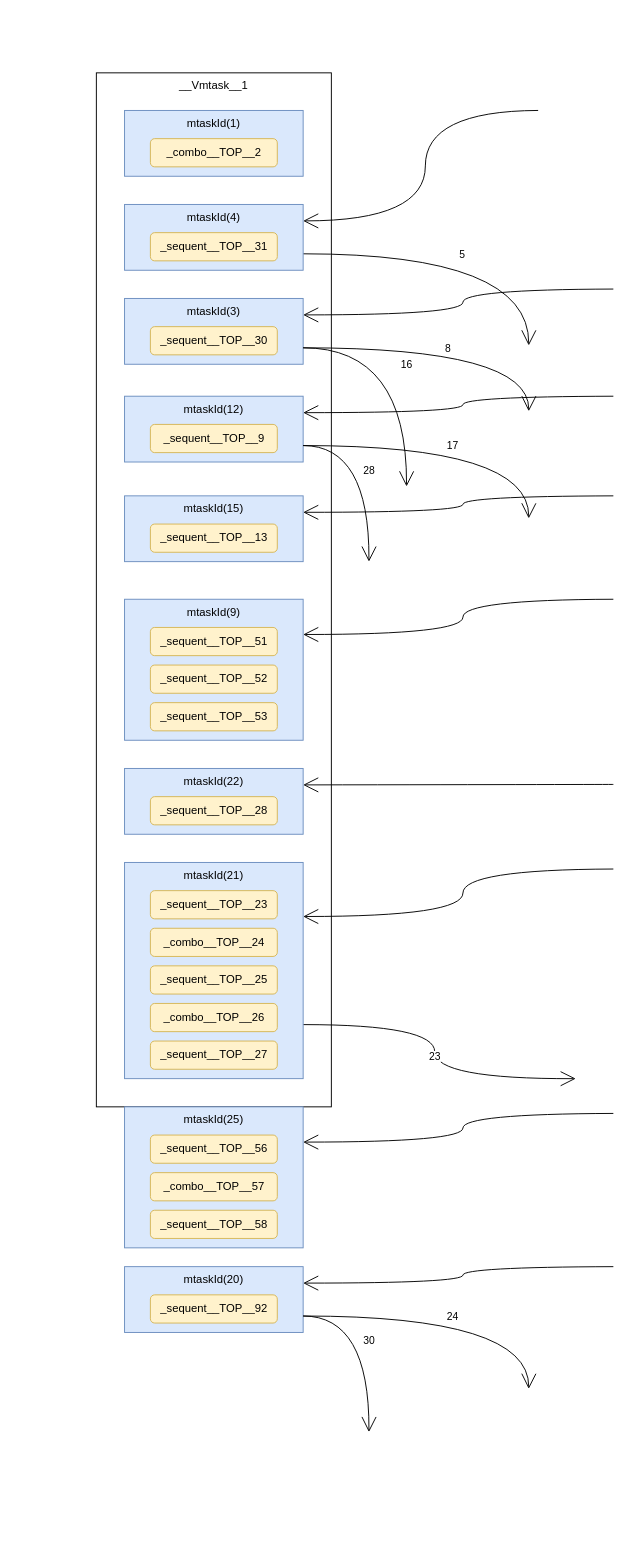
Earlier version of the draw.io diagram verilator_digrams/mtask.drawio (Dercury/CLDK). Source tidied: cells renumbered, new cells numbered last; positions are measured from the earlier drawing's top-left corner, leaving out a move shared by most shapes. Both pictures are drawn from the tidied source at 94%, with x=0, y=0 at pixel (96, 72).
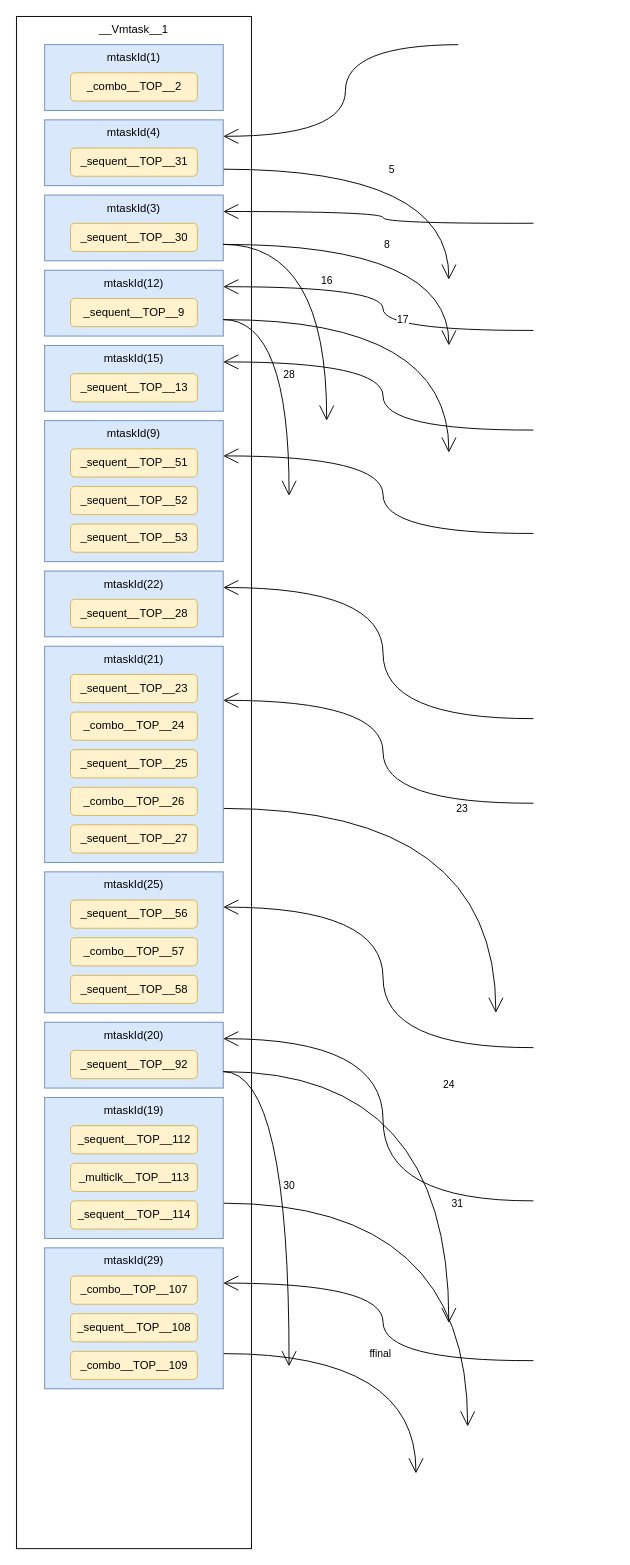
The same diagram, later.

What changed in the source:
```diff
@@
     <mxCell id="2" value="__Vmtask__1" style="rounded=0;whiteSpace=wrap;html=1;hachureGap=4;verticalAlign=top;" parent="1" vertex="1">
-      <mxGeometry width="250" height="1100" as="geometry" />
+      <mxGeometry x="-85" y="-60" width="250" height="1630" as="geometry" />
     </mxCell>
     <mxCell id="3" value="mtaskId(1)" style="rounded=0;whiteSpace=wrap;html=1;hachureGap=4;fillColor=#dae8fc;strokeColor=#6c8ebf;verticalAlign=top;" parent="1" vertex="1">
-      <mxGeometry x="30" y="40" width="190" height="70" as="geometry" />
+      <mxGeometry x="-55" y="-30" width="190" height="70" as="geometry" />
     </mxCell>
     <mxCell id="4" value="_combo__TOP__2" style="rounded=1;whiteSpace=wrap;html=1;hachureGap=4;fillColor=#fff2cc;strokeColor=#d6b656;" parent="1" vertex="1">
-      <mxGeometry x="57.5" y="70" width="135" height="30" as="geometry" />
+      <mxGeometry x="-27.5" width="135" height="30" as="geometry" />
     </mxCell>
     <mxCell id="5" style="rounded=0;jettySize=auto;html=1;endArrow=open;startSize=14;endSize=14;sourcePerimeterSpacing=8;targetPerimeterSpacing=8;entryX=1;entryY=0.25;entryDx=0;entryDy=0;edgeStyle=orthogonalEdgeStyle;curved=1;" parent="1" edge="1" target="8">
       <mxGeometry relative="1" as="geometry">
-        <mxPoint x="470" y="40" as="sourcePoint" />
+        <mxPoint x="385" y="-30" as="sourcePoint" />
       </mxGeometry>
     </mxCell>
     <mxCell id="6" value="5" style="edgeStyle=orthogonalEdgeStyle;curved=1;rounded=0;jettySize=auto;html=1;exitX=1;exitY=0.75;exitDx=0;exitDy=0;endArrow=open;startSize=14;endSize=14;sourcePerimeterSpacing=8;targetPerimeterSpacing=8;" parent="1" edge="1" source="8">
       <mxGeometry relative="1" as="geometry">
-        <mxPoint x="460" y="290" as="targetPoint" />
+        <mxPoint x="375" y="220" as="targetPoint" />
       </mxGeometry>
     </mxCell>
     <mxCell id="7" style="edgeStyle=orthogonalEdgeStyle;curved=1;rounded=0;jettySize=auto;html=1;entryX=1;entryY=0.25;entryDx=0;entryDy=0;endArrow=open;startSize=14;endSize=14;sourcePerimeterSpacing=8;targetPerimeterSpacing=8;" parent="1" edge="1" target="10">
       <mxGeometry relative="1" as="geometry">
-        <mxPoint x="550" y="230" as="sourcePoint" />
+        <mxPoint x="465" y="160" as="sourcePoint" />
       </mxGeometry>
     </mxCell>
     <mxCell id="8" value="mtaskId(4)" style="rounded=0;whiteSpace=wrap;html=1;hachureGap=4;fillColor=#dae8fc;strokeColor=#6c8ebf;verticalAlign=top;" parent="1" vertex="1">
-      <mxGeometry x="30" y="140" width="190" height="70" as="geometry" />
+      <mxGeometry x="-55" y="50" width="190" height="70" as="geometry" />
     </mxCell>
     <mxCell id="9" value="_sequent__TOP__31" style="rounded=1;whiteSpace=wrap;html=1;hachureGap=4;fillColor=#fff2cc;strokeColor=#d6b656;" parent="1" vertex="1">
-      <mxGeometry x="57.5" y="170" width="135" height="30" as="geometry" />
+      <mxGeometry x="-27.5" y="80" width="135" height="30" as="geometry" />
     </mxCell>
     <mxCell id="10" value="mtaskId(3)" style="rounded=0;whiteSpace=wrap;html=1;hachureGap=4;fillColor=#dae8fc;strokeColor=#6c8ebf;verticalAlign=top;" parent="1" vertex="1">
-      <mxGeometry x="30" y="240" width="190" height="70" as="geometry" />
+      <mxGeometry x="-55" y="130" width="190" height="70" as="geometry" />
     </mxCell>
     <mxCell id="11" value="_sequent__TOP__30" style="rounded=1;whiteSpace=wrap;html=1;hachureGap=4;fillColor=#fff2cc;strokeColor=#d6b656;" parent="1" vertex="1">
-      <mxGeometry x="57.5" y="270" width="135" height="30" as="geometry" />
+      <mxGeometry x="-27.5" y="160" width="135" height="30" as="geometry" />
     </mxCell>
     <mxCell id="12" value="8" style="edgeStyle=orthogonalEdgeStyle;curved=1;rounded=0;jettySize=auto;html=1;exitX=1;exitY=0.75;exitDx=0;exitDy=0;endArrow=open;startSize=14;endSize=14;sourcePerimeterSpacing=8;targetPerimeterSpacing=8;" parent="1" edge="1" source="10">
       <mxGeometry relative="1" as="geometry">
-        <mxPoint x="460" y="360" as="targetPoint" />
+        <mxPoint x="375" y="290" as="targetPoint" />
       </mxGeometry>
     </mxCell>
     <mxCell id="13" value="16" style="edgeStyle=orthogonalEdgeStyle;curved=1;rounded=0;jettySize=auto;html=1;exitX=1;exitY=0.75;exitDx=0;exitDy=0;endArrow=open;startSize=14;endSize=14;sourcePerimeterSpacing=8;targetPerimeterSpacing=8;" parent="1" edge="1" source="10">
       <mxGeometry relative="1" as="geometry">
-        <mxPoint x="330" y="440" as="targetPoint" />
+        <mxPoint x="245" y="370" as="targetPoint" />
       </mxGeometry>
     </mxCell>
     <mxCell id="14" style="edgeStyle=orthogonalEdgeStyle;curved=1;rounded=0;jettySize=auto;html=1;entryX=1;entryY=0.25;entryDx=0;entryDy=0;endArrow=open;startSize=14;endSize=14;sourcePerimeterSpacing=8;targetPerimeterSpacing=8;" parent="1" edge="1" target="15">
       <mxGeometry relative="1" as="geometry">
-        <mxPoint x="550" y="344" as="sourcePoint" />
+        <mxPoint x="465" y="274" as="sourcePoint" />
       </mxGeometry>
     </mxCell>
     <mxCell id="15" value="mtaskId(12)" style="rounded=0;whiteSpace=wrap;html=1;hachureGap=4;fillColor=#dae8fc;strokeColor=#6c8ebf;verticalAlign=top;" parent="1" vertex="1">
-      <mxGeometry x="30" y="344" width="190" height="70" as="geometry" />
+      <mxGeometry x="-55" y="210" width="190" height="70" as="geometry" />
     </mxCell>
     <mxCell id="16" value="_sequent__TOP__9" style="rounded=1;whiteSpace=wrap;html=1;hachureGap=4;fillColor=#fff2cc;strokeColor=#d6b656;" parent="1" vertex="1">
-      <mxGeometry x="57.5" y="374" width="135" height="30" as="geometry" />
+      <mxGeometry x="-27.5" y="240" width="135" height="30" as="geometry" />
     </mxCell>
     <mxCell id="17" value="17" style="edgeStyle=orthogonalEdgeStyle;curved=1;rounded=0;jettySize=auto;html=1;exitX=1;exitY=0.75;exitDx=0;exitDy=0;endArrow=open;startSize=14;endSize=14;sourcePerimeterSpacing=8;targetPerimeterSpacing=8;" parent="1" edge="1" source="15">
       <mxGeometry relative="1" as="geometry">
-        <mxPoint x="460" y="474" as="targetPoint" />
+        <mxPoint x="375" y="404" as="targetPoint" />
       </mxGeometry>
     </mxCell>
     <mxCell id="18" value="28" style="edgeStyle=orthogonalEdgeStyle;curved=1;rounded=0;jettySize=auto;html=1;exitX=1;exitY=0.75;exitDx=0;exitDy=0;endArrow=open;startSize=14;endSize=14;sourcePerimeterSpacing=8;targetPerimeterSpacing=8;" parent="1" edge="1" source="15">
       <mxGeometry relative="1" as="geometry">
-        <mxPoint x="290" y="520" as="targetPoint" />
+        <mxPoint x="205" y="450" as="targetPoint" />
       </mxGeometry>
     </mxCell>
     <mxCell id="19" style="edgeStyle=orthogonalEdgeStyle;curved=1;rounded=0;jettySize=auto;html=1;entryX=1;entryY=0.25;entryDx=0;entryDy=0;endArrow=open;startSize=14;endSize=14;sourcePerimeterSpacing=8;targetPerimeterSpacing=8;" parent="1" edge="1" target="20">
       <mxGeometry relative="1" as="geometry">
-        <mxPoint x="550" y="450" as="sourcePoint" />
+        <mxPoint x="465" y="380" as="sourcePoint" />
       </mxGeometry>
     </mxCell>
     <mxCell id="20" value="mtaskId(15)" style="rounded=0;whiteSpace=wrap;html=1;hachureGap=4;fillColor=#dae8fc;strokeColor=#6c8ebf;verticalAlign=top;" parent="1" vertex="1">
-      <mxGeometry x="30" y="450" width="190" height="70" as="geometry" />
+      <mxGeometry x="-55" y="290" width="190" height="70" as="geometry" />
     </mxCell>
     <mxCell id="21" value="_sequent__TOP__13" style="rounded=1;whiteSpace=wrap;html=1;hachureGap=4;fillColor=#fff2cc;strokeColor=#d6b656;" parent="1" vertex="1">
-      <mxGeometry x="57.5" y="480" width="135" height="30" as="geometry" />
+      <mxGeometry x="-27.5" y="320" width="135" height="30" as="geometry" />
     </mxCell>
     <mxCell id="22" style="edgeStyle=orthogonalEdgeStyle;curved=1;rounded=0;jettySize=auto;html=1;entryX=1;entryY=0.25;entryDx=0;entryDy=0;endArrow=open;startSize=14;endSize=14;sourcePerimeterSpacing=8;targetPerimeterSpacing=8;" parent="1" edge="1" target="23">
       <mxGeometry relative="1" as="geometry">
-        <mxPoint x="550" y="560" as="sourcePoint" />
+        <mxPoint x="465" y="490" as="sourcePoint" />
       </mxGeometry>
     </mxCell>
     <mxCell id="23" value="mtaskId(9)" style="rounded=0;whiteSpace=wrap;html=1;hachureGap=4;fillColor=#dae8fc;strokeColor=#6c8ebf;verticalAlign=top;" parent="1" vertex="1">
-      <mxGeometry x="30" y="560" width="190" height="150" as="geometry" />
+      <mxGeometry x="-55" y="370" width="190" height="150" as="geometry" />
     </mxCell>
     <mxCell id="24" value="_sequent__TOP__51" style="rounded=1;whiteSpace=wrap;html=1;hachureGap=4;fillColor=#fff2cc;strokeColor=#d6b656;" parent="1" vertex="1">
-      <mxGeometry x="57.5" y="590" width="135" height="30" as="geometry" />
+      <mxGeometry x="-27.5" y="400" width="135" height="30" as="geometry" />
     </mxCell>
     <mxCell id="25" value="_sequent__TOP__52" style="rounded=1;whiteSpace=wrap;html=1;hachureGap=4;fillColor=#fff2cc;strokeColor=#d6b656;" parent="1" vertex="1">
-      <mxGeometry x="57.5" y="630" width="135" height="30" as="geometry" />
+      <mxGeometry x="-27.5" y="440" width="135" height="30" as="geometry" />
     </mxCell>
     <mxCell id="26" value="_sequent__TOP__53" style="rounded=1;whiteSpace=wrap;html=1;hachureGap=4;fillColor=#fff2cc;strokeColor=#d6b656;" parent="1" vertex="1">
-      <mxGeometry x="57.5" y="670" width="135" height="30" as="geometry" />
+      <mxGeometry x="-27.5" y="480" width="135" height="30" as="geometry" />
     </mxCell>
     <mxCell id="27" style="edgeStyle=orthogonalEdgeStyle;curved=1;rounded=0;jettySize=auto;html=1;entryX=1;entryY=0.25;entryDx=0;entryDy=0;endArrow=open;startSize=14;endSize=14;sourcePerimeterSpacing=8;targetPerimeterSpacing=8;" parent="1" edge="1" target="28">
       <mxGeometry relative="1" as="geometry">
-        <mxPoint x="550" y="757" as="sourcePoint" />
+        <mxPoint x="465" y="687" as="sourcePoint" />
       </mxGeometry>
     </mxCell>
     <mxCell id="28" value="mtaskId(22)" style="rounded=0;whiteSpace=wrap;html=1;hachureGap=4;fillColor=#dae8fc;strokeColor=#6c8ebf;verticalAlign=top;" parent="1" vertex="1">
-      <mxGeometry x="30" y="740" width="190" height="70" as="geometry" />
+      <mxGeometry x="-55" y="530" width="190" height="70" as="geometry" />
     </mxCell>
     <mxCell id="29" value="_sequent__TOP__28" style="rounded=1;whiteSpace=wrap;html=1;hachureGap=4;fillColor=#fff2cc;strokeColor=#d6b656;" parent="1" vertex="1">
-      <mxGeometry x="57.5" y="770" width="135" height="30" as="geometry" />
+      <mxGeometry x="-27.5" y="560" width="135" height="30" as="geometry" />
     </mxCell>
     <mxCell id="30" style="edgeStyle=orthogonalEdgeStyle;curved=1;rounded=0;jettySize=auto;html=1;entryX=1;entryY=0.25;entryDx=0;entryDy=0;endArrow=open;startSize=14;endSize=14;sourcePerimeterSpacing=8;targetPerimeterSpacing=8;" parent="1" edge="1" target="32">
       <mxGeometry relative="1" as="geometry">
-        <mxPoint x="550" y="847" as="sourcePoint" />
+        <mxPoint x="465" y="777" as="sourcePoint" />
       </mxGeometry>
     </mxCell>
     <mxCell id="31" value="23" style="edgeStyle=orthogonalEdgeStyle;curved=1;rounded=0;jettySize=auto;html=1;exitX=1;exitY=0.75;exitDx=0;exitDy=0;endArrow=open;startSize=14;endSize=14;sourcePerimeterSpacing=8;targetPerimeterSpacing=8;" parent="1" edge="1" source="32">
       <mxGeometry relative="1" as="geometry">
-        <mxPoint x="510" y="1070" as="targetPoint" />
+        <mxPoint x="425" y="1000" as="targetPoint" />
       </mxGeometry>
     </mxCell>
     <mxCell id="32" value="mtaskId(21)" style="rounded=0;whiteSpace=wrap;html=1;hachureGap=4;fillColor=#dae8fc;strokeColor=#6c8ebf;verticalAlign=top;" parent="1" vertex="1">
-      <mxGeometry x="30" y="840" width="190" height="230" as="geometry" />
+      <mxGeometry x="-55" y="610" width="190" height="230" as="geometry" />
     </mxCell>
     <mxCell id="33" value="_sequent__TOP__23" style="rounded=1;whiteSpace=wrap;html=1;hachureGap=4;fillColor=#fff2cc;strokeColor=#d6b656;" parent="1" vertex="1">
-      <mxGeometry x="57.5" y="870" width="135" height="30" as="geometry" />
+      <mxGeometry x="-27.5" y="640" width="135" height="30" as="geometry" />
     </mxCell>
     <mxCell id="34" value="_combo__TOP__24" style="rounded=1;whiteSpace=wrap;html=1;hachureGap=4;fillColor=#fff2cc;strokeColor=#d6b656;" parent="1" vertex="1">
-      <mxGeometry x="57.5" y="910" width="135" height="30" as="geometry" />
+      <mxGeometry x="-27.5" y="680" width="135" height="30" as="geometry" />
     </mxCell>
     <mxCell id="35" value="_sequent__TOP__25" style="rounded=1;whiteSpace=wrap;html=1;hachureGap=4;fillColor=#fff2cc;strokeColor=#d6b656;" parent="1" vertex="1">
-      <mxGeometry x="57.5" y="950" width="135" height="30" as="geometry" />
+      <mxGeometry x="-27.5" y="720" width="135" height="30" as="geometry" />
     </mxCell>
     <mxCell id="36" value="_combo__TOP__26" style="rounded=1;whiteSpace=wrap;html=1;hachureGap=4;fillColor=#fff2cc;strokeColor=#d6b656;" parent="1" vertex="1">
-      <mxGeometry x="57.5" y="990" width="135" height="30" as="geometry" />
+      <mxGeometry x="-27.5" y="760" width="135" height="30" as="geometry" />
     </mxCell>
     <mxCell id="37" value="_sequent__TOP__27" style="rounded=1;whiteSpace=wrap;html=1;hachureGap=4;fillColor=#fff2cc;strokeColor=#d6b656;" parent="1" vertex="1">
-      <mxGeometry x="57.5" y="1030" width="135" height="30" as="geometry" />
+      <mxGeometry x="-27.5" y="800" width="135" height="30" as="geometry" />
     </mxCell>
     <mxCell id="38" style="edgeStyle=orthogonalEdgeStyle;curved=1;rounded=0;jettySize=auto;html=1;entryX=1;entryY=0.25;entryDx=0;entryDy=0;endArrow=open;startSize=14;endSize=14;sourcePerimeterSpacing=8;targetPerimeterSpacing=8;" parent="1" edge="1" target="39">
       <mxGeometry relative="1" as="geometry">
-        <mxPoint x="550" y="1107" as="sourcePoint" />
+        <mxPoint x="465" y="1037" as="sourcePoint" />
       </mxGeometry>
     </mxCell>
     <mxCell id="39" value="mtaskId(25)" style="rounded=0;whiteSpace=wrap;html=1;hachureGap=4;fillColor=#dae8fc;strokeColor=#6c8ebf;verticalAlign=top;" parent="1" vertex="1">
-      <mxGeometry x="30" y="1100" width="190" height="150" as="geometry" />
+      <mxGeometry x="-55" y="850" width="190" height="150" as="geometry" />
     </mxCell>
     <mxCell id="40" value="_sequent__TOP__56" style="rounded=1;whiteSpace=wrap;html=1;hachureGap=4;fillColor=#fff2cc;strokeColor=#d6b656;" parent="1" vertex="1">
-      <mxGeometry x="57.5" y="1130" width="135" height="30" as="geometry" />
+      <mxGeometry x="-27.5" y="880" width="135" height="30" as="geometry" />
     </mxCell>
     <mxCell id="41" value="_combo__TOP__57" style="rounded=1;whiteSpace=wrap;html=1;hachureGap=4;fillColor=#fff2cc;strokeColor=#d6b656;" parent="1" vertex="1">
-      <mxGeometry x="57.5" y="1170" width="135" height="30" as="geometry" />
+      <mxGeometry x="-27.5" y="920" width="135" height="30" as="geometry" />
     </mxCell>
     <mxCell id="42" value="_sequent__TOP__58" style="rounded=1;whiteSpace=wrap;html=1;hachureGap=4;fillColor=#fff2cc;strokeColor=#d6b656;" parent="1" vertex="1">
-      <mxGeometry x="57.5" y="1210" width="135" height="30" as="geometry" />
+      <mxGeometry x="-27.5" y="960" width="135" height="30" as="geometry" />
     </mxCell>
     <mxCell id="43" style="edgeStyle=orthogonalEdgeStyle;curved=1;rounded=0;jettySize=auto;html=1;entryX=1;entryY=0.25;entryDx=0;entryDy=0;endArrow=open;startSize=14;endSize=14;sourcePerimeterSpacing=8;targetPerimeterSpacing=8;" parent="1" edge="1" target="44">
       <mxGeometry relative="1" as="geometry">
-        <mxPoint x="550" y="1270" as="sourcePoint" />
+        <mxPoint x="465" y="1200" as="sourcePoint" />
       </mxGeometry>
     </mxCell>
     <mxCell id="44" value="mtaskId(20)" style="rounded=0;whiteSpace=wrap;html=1;hachureGap=4;fillColor=#dae8fc;strokeColor=#6c8ebf;verticalAlign=top;" parent="1" vertex="1">
-      <mxGeometry x="30" y="1270" width="190" height="70" as="geometry" />
+      <mxGeometry x="-55" y="1010" width="190" height="70" as="geometry" />
     </mxCell>
     <mxCell id="45" value="_sequent__TOP__92" style="rounded=1;whiteSpace=wrap;html=1;hachureGap=4;fillColor=#fff2cc;strokeColor=#d6b656;" parent="1" vertex="1">
-      <mxGeometry x="57.5" y="1300" width="135" height="30" as="geometry" />
+      <mxGeometry x="-27.5" y="1040" width="135" height="30" as="geometry" />
     </mxCell>
     <mxCell id="46" value="24" style="edgeStyle=orthogonalEdgeStyle;curved=1;rounded=0;jettySize=auto;html=1;exitX=1;exitY=0.75;exitDx=0;exitDy=0;endArrow=open;startSize=14;endSize=14;sourcePerimeterSpacing=8;targetPerimeterSpacing=8;" parent="1" edge="1" source="44">
       <mxGeometry relative="1" as="geometry">
-        <mxPoint x="460" y="1400" as="targetPoint" />
+        <mxPoint x="375" y="1330" as="targetPoint" />
       </mxGeometry>
     </mxCell>
     <mxCell id="47" value="30" style="edgeStyle=orthogonalEdgeStyle;curved=1;rounded=0;jettySize=auto;html=1;exitX=1;exitY=0.75;exitDx=0;exitDy=0;endArrow=open;startSize=14;endSize=14;sourcePerimeterSpacing=8;targetPerimeterSpacing=8;" parent="1" edge="1" source="44">
       <mxGeometry relative="1" as="geometry">
-        <mxPoint x="290" y="1446" as="targetPoint" />
+        <mxPoint x="205" y="1376" as="targetPoint" />
       </mxGeometry>
     </mxCell>
+    <mxCell id="48" value="31" style="edgeStyle=orthogonalEdgeStyle;curved=1;rounded=0;jettySize=auto;html=1;exitX=1;exitY=0.75;exitDx=0;exitDy=0;endArrow=open;startSize=14;endSize=14;sourcePerimeterSpacing=8;targetPerimeterSpacing=8;" parent="1" edge="1" source="49">
+      <mxGeometry relative="1" as="geometry">
+        <mxPoint x="395" y="1440" as="targetPoint" />
+      </mxGeometry>
+    </mxCell>
+    <mxCell id="49" value="mtaskId(19)" style="rounded=0;whiteSpace=wrap;html=1;hachureGap=4;fillColor=#dae8fc;strokeColor=#6c8ebf;verticalAlign=top;" parent="1" vertex="1">
+      <mxGeometry x="-55" y="1090" width="190" height="150" as="geometry" />
+    </mxCell>
+    <mxCell id="50" value="_sequent__TOP__112" style="rounded=1;whiteSpace=wrap;html=1;hachureGap=4;fillColor=#fff2cc;strokeColor=#d6b656;" parent="1" vertex="1">
+      <mxGeometry x="-27.5" y="1120" width="135" height="30" as="geometry" />
+    </mxCell>
+    <mxCell id="51" value="_multiclk__TOP__113" style="rounded=1;whiteSpace=wrap;html=1;hachureGap=4;fillColor=#fff2cc;strokeColor=#d6b656;" parent="1" vertex="1">
+      <mxGeometry x="-27.5" y="1160" width="135" height="30" as="geometry" />
+    </mxCell>
+    <mxCell id="52" value="_sequent__TOP__114" style="rounded=1;whiteSpace=wrap;html=1;hachureGap=4;fillColor=#fff2cc;strokeColor=#d6b656;" parent="1" vertex="1">
+      <mxGeometry x="-27.5" y="1200" width="135" height="30" as="geometry" />
+    </mxCell>
+    <mxCell id="53" style="edgeStyle=orthogonalEdgeStyle;curved=1;rounded=0;jettySize=auto;html=1;entryX=1;entryY=0.25;entryDx=0;entryDy=0;endArrow=open;startSize=14;endSize=14;sourcePerimeterSpacing=8;targetPerimeterSpacing=8;" parent="1" edge="1" target="55">
+      <mxGeometry relative="1" as="geometry">
+        <mxPoint x="465" y="1370" as="sourcePoint" />
+      </mxGeometry>
+    </mxCell>
+    <mxCell id="54" value="ffinal" style="edgeStyle=orthogonalEdgeStyle;curved=1;rounded=0;jettySize=auto;html=1;exitX=1;exitY=0.75;exitDx=0;exitDy=0;endArrow=open;startSize=14;endSize=14;sourcePerimeterSpacing=8;targetPerimeterSpacing=8;" parent="1" edge="1" source="55">
+      <mxGeometry relative="1" as="geometry">
+        <mxPoint x="340" y="1490" as="targetPoint" />
+      </mxGeometry>
+    </mxCell>
+    <mxCell id="55" value="mtaskId(29)" style="rounded=0;whiteSpace=wrap;html=1;hachureGap=4;fillColor=#dae8fc;strokeColor=#6c8ebf;verticalAlign=top;" parent="1" vertex="1">
+      <mxGeometry x="-55" y="1250" width="190" height="150" as="geometry" />
+    </mxCell>
+    <mxCell id="56" value="_combo__TOP__107" style="rounded=1;whiteSpace=wrap;html=1;hachureGap=4;fillColor=#fff2cc;strokeColor=#d6b656;" parent="1" vertex="1">
+      <mxGeometry x="-27.5" y="1280" width="135" height="30" as="geometry" />
+    </mxCell>
+    <mxCell id="57" value="_sequent__TOP__108" style="rounded=1;whiteSpace=wrap;html=1;hachureGap=4;fillColor=#fff2cc;strokeColor=#d6b656;" parent="1" vertex="1">
+      <mxGeometry x="-27.5" y="1320" width="135" height="30" as="geometry" />
+    </mxCell>
+    <mxCell id="58" value="_combo__TOP__109" style="rounded=1;whiteSpace=wrap;html=1;hachureGap=4;fillColor=#fff2cc;strokeColor=#d6b656;" parent="1" vertex="1">
+      <mxGeometry x="-27.5" y="1360" width="135" height="30" as="geometry" />
+    </mxCell>
```
